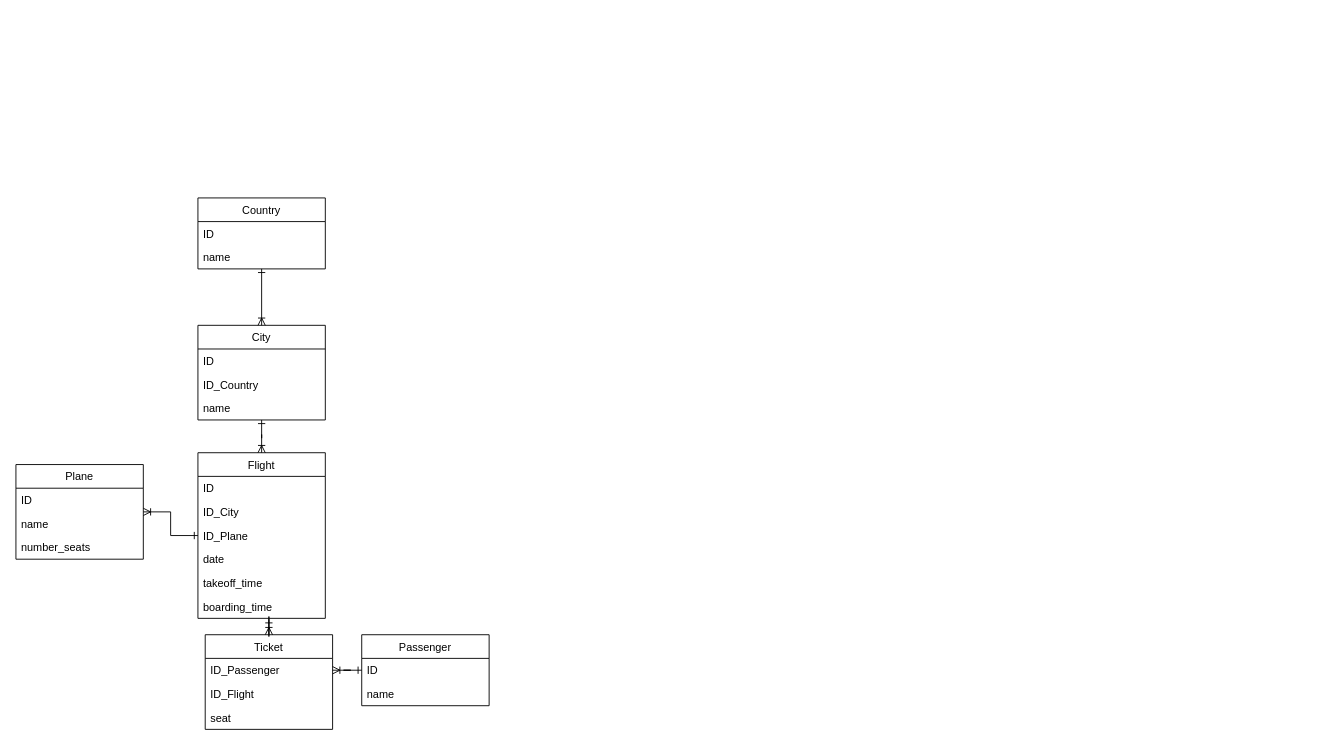
The draw.io diagram Chen.drawio in HachikoR/test-db, before the edit. Source tidied: cells renumbered, new cells numbered last; positions are measured from the earlier drawing's top-left corner, leaving out a move shared by most shapes. Both pictures are drawn from the tidied source at 91%, with x=0, y=0 at pixel (15, 197).
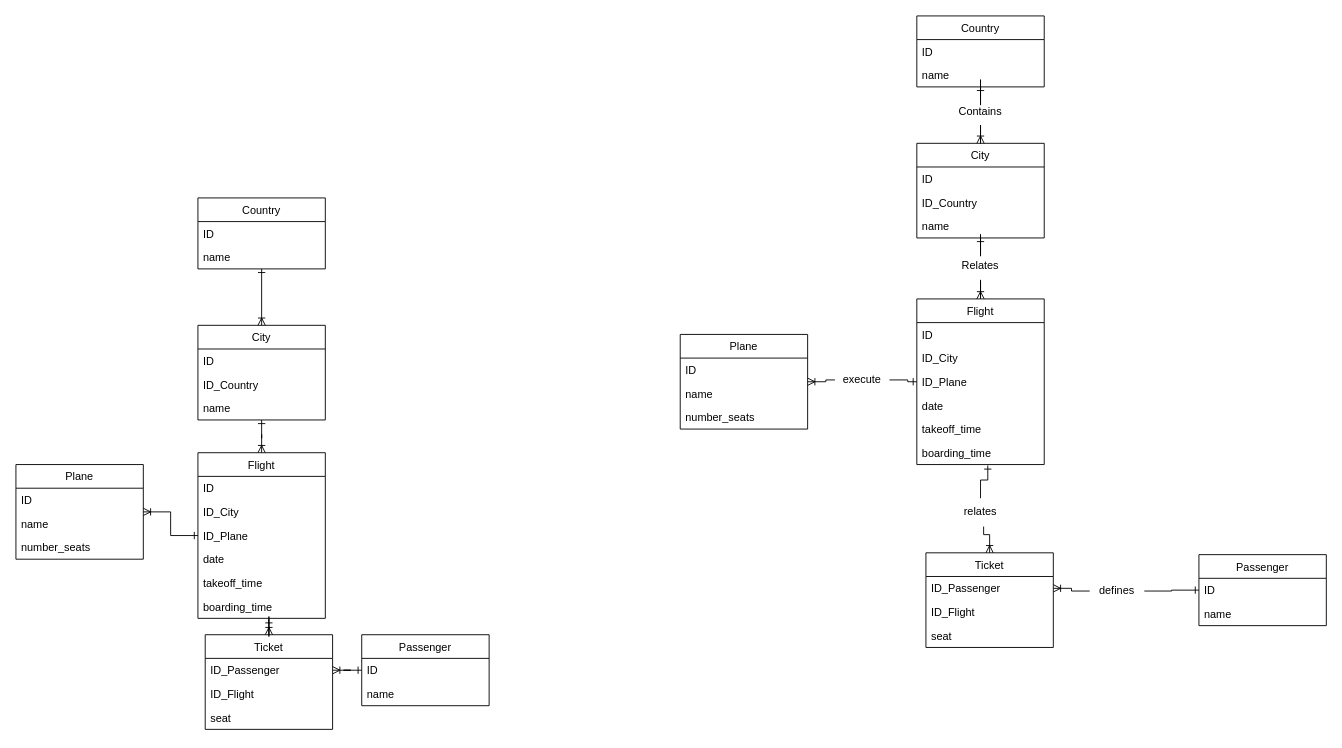
Above is the later version.

Change to the diagram source:
```diff
@@
+    <mxCell id="32" style="edgeStyle=orthogonalEdgeStyle;rounded=0;jettySize=auto;html=1;entryX=0.5;entryY=0;entryDx=0;entryDy=0;endArrow=ERoneToMany;endFill=0;strokeColor=default;startArrow=none;startFill=0;" parent="1" edge="1" source="62" target="37">
+      <mxGeometry relative="1" as="geometry" />
+    </mxCell>
+    <mxCell id="33" value="Country" style="swimlane;fontStyle=0;horizontal=1;startSize=26;fillColor=none;" parent="1" vertex="1">
+      <mxGeometry x="990" y="-200" width="140" height="78" as="geometry" />
+    </mxCell>
+    <mxCell id="34" value="ID" style="text;strokeColor=none;fillColor=none;align=left;verticalAlign=top;spacingLeft=4;spacingRight=4;overflow=hidden;" parent="33" vertex="1">
+      <mxGeometry y="26" width="140" height="26" as="geometry" />
+    </mxCell>
+    <mxCell id="35" value="name" style="text;strokeColor=none;fillColor=none;align=left;verticalAlign=top;spacingLeft=4;spacingRight=4;overflow=hidden;" parent="33" vertex="1">
+      <mxGeometry y="52" width="140" height="26" as="geometry" />
+    </mxCell>
+    <mxCell id="36" style="edgeStyle=orthogonalEdgeStyle;rounded=0;jettySize=auto;html=1;startArrow=none;startFill=0;endArrow=ERoneToMany;endFill=0;strokeColor=default;entryX=0.5;entryY=0;entryDx=0;entryDy=0;" parent="1" edge="1" source="64" target="41">
+      <mxGeometry relative="1" as="geometry" />
+    </mxCell>
+    <mxCell id="37" value="City" style="swimlane;fontStyle=0;horizontal=1;startSize=26;fillColor=none;" parent="1" vertex="1">
+      <mxGeometry x="990" y="-60" width="140" height="104" as="geometry" />
+    </mxCell>
+    <mxCell id="38" value="ID" style="text;strokeColor=none;fillColor=none;align=left;verticalAlign=top;spacingLeft=4;spacingRight=4;overflow=hidden;" parent="37" vertex="1">
+      <mxGeometry y="26" width="140" height="26" as="geometry" />
+    </mxCell>
+    <mxCell id="39" value="ID_Country" style="text;strokeColor=none;fillColor=none;align=left;verticalAlign=top;spacingLeft=4;spacingRight=4;overflow=hidden;" parent="37" vertex="1">
+      <mxGeometry y="52" width="140" height="26" as="geometry" />
+    </mxCell>
+    <mxCell id="40" value="name" style="text;strokeColor=none;fillColor=none;align=left;verticalAlign=top;spacingLeft=4;spacingRight=4;overflow=hidden;" parent="37" vertex="1">
+      <mxGeometry y="78" width="140" height="26" as="geometry" />
+    </mxCell>
+    <mxCell id="41" value="Flight" style="swimlane;fontStyle=0;horizontal=1;startSize=26;fillColor=none;" parent="1" vertex="1">
+      <mxGeometry x="990" y="111" width="140" height="182" as="geometry" />
+    </mxCell>
+    <mxCell id="42" value="ID" style="text;strokeColor=none;fillColor=none;align=left;verticalAlign=top;spacingLeft=4;spacingRight=4;overflow=hidden;" parent="41" vertex="1">
+      <mxGeometry y="26" width="140" height="26" as="geometry" />
+    </mxCell>
+    <mxCell id="43" value="ID_City" style="text;strokeColor=none;fillColor=none;align=left;verticalAlign=top;spacingLeft=4;spacingRight=4;overflow=hidden;" parent="41" vertex="1">
+      <mxGeometry y="52" width="140" height="26" as="geometry" />
+    </mxCell>
+    <mxCell id="44" value="ID_Plane" style="text;strokeColor=none;fillColor=none;align=left;verticalAlign=top;spacingLeft=4;spacingRight=4;overflow=hidden;points=[[0,0.5],[1,0.5]];portConstraint=eastwest;" parent="41" vertex="1">
+      <mxGeometry y="78" width="140" height="26" as="geometry" />
+    </mxCell>
+    <mxCell id="45" value="date" style="text;strokeColor=none;fillColor=none;align=left;verticalAlign=top;spacingLeft=4;spacingRight=4;overflow=hidden;" parent="41" vertex="1">
+      <mxGeometry y="104" width="140" height="26" as="geometry" />
+    </mxCell>
+    <mxCell id="46" value="takeoff_time" style="text;strokeColor=none;fillColor=none;align=left;verticalAlign=top;spacingLeft=4;spacingRight=4;overflow=hidden;" parent="41" vertex="1">
+      <mxGeometry y="130" width="140" height="26" as="geometry" />
+    </mxCell>
+    <mxCell id="47" value="boarding_time" style="text;strokeColor=none;fillColor=none;align=left;verticalAlign=top;spacingLeft=4;spacingRight=4;overflow=hidden;points=[[0,0.5],[1,0.5]];portConstraint=eastwest;" parent="41" vertex="1">
+      <mxGeometry y="156" width="140" height="26" as="geometry" />
+    </mxCell>
+    <mxCell id="48" style="edgeStyle=orthogonalEdgeStyle;rounded=0;jettySize=auto;html=1;startArrow=none;startFill=0;endArrow=ERoneToMany;endFill=0;strokeColor=default;entryX=1;entryY=0.5;entryDx=0;entryDy=0;" parent="1" edge="1" source="70" target="54">
+      <mxGeometry relative="1" as="geometry" />
+    </mxCell>
+    <mxCell id="49" value="Passenger" style="swimlane;fontStyle=0;horizontal=1;startSize=26;fillColor=none;" parent="1" vertex="1">
+      <mxGeometry x="1300" y="392" width="140" height="78" as="geometry" />
+    </mxCell>
+    <mxCell id="50" value="ID" style="text;strokeColor=none;fillColor=none;align=left;verticalAlign=top;spacingLeft=4;spacingRight=4;overflow=hidden;" parent="49" vertex="1">
+      <mxGeometry y="26" width="140" height="26" as="geometry" />
+    </mxCell>
+    <mxCell id="51" value="name" style="text;strokeColor=none;fillColor=none;align=left;verticalAlign=top;spacingLeft=4;spacingRight=4;overflow=hidden;" parent="49" vertex="1">
+      <mxGeometry y="52" width="140" height="26" as="geometry" />
+    </mxCell>
+    <mxCell id="52" style="edgeStyle=orthogonalEdgeStyle;rounded=0;jettySize=auto;html=1;startArrow=none;startFill=0;endArrow=ERone;endFill=0;strokeColor=default;entryX=0.557;entryY=1.038;entryDx=0;entryDy=0;entryPerimeter=0;" parent="1" edge="1" source="68" target="47">
+      <mxGeometry relative="1" as="geometry" />
+    </mxCell>
+    <mxCell id="53" value="Ticket" style="swimlane;fontStyle=0;horizontal=1;startSize=26;fillColor=none;" parent="1" vertex="1">
+      <mxGeometry x="1000" y="390" width="140" height="104" as="geometry" />
+    </mxCell>
+    <mxCell id="54" value="ID_Passenger" style="text;strokeColor=none;fillColor=none;align=left;verticalAlign=top;spacingLeft=4;spacingRight=4;overflow=hidden;points=[[0,0.5],[1,0.5]];portConstraint=eastwest;" parent="53" vertex="1">
+      <mxGeometry y="26" width="140" height="26" as="geometry" />
+    </mxCell>
+    <mxCell id="55" value="ID_Flight" style="text;strokeColor=none;fillColor=none;align=left;verticalAlign=top;spacingLeft=4;spacingRight=4;overflow=hidden;" parent="53" vertex="1">
+      <mxGeometry y="52" width="140" height="26" as="geometry" />
+    </mxCell>
+    <mxCell id="56" value="seat" style="text;strokeColor=none;fillColor=none;align=left;verticalAlign=top;spacingLeft=4;spacingRight=4;overflow=hidden;" parent="53" vertex="1">
+      <mxGeometry y="78" width="140" height="26" as="geometry" />
+    </mxCell>
+    <mxCell id="57" style="edgeStyle=orthogonalEdgeStyle;rounded=0;jettySize=auto;html=1;startArrow=none;startFill=0;endArrow=ERone;endFill=0;strokeColor=default;" parent="1" edge="1" source="66" target="44">
+      <mxGeometry relative="1" as="geometry" />
+    </mxCell>
+    <mxCell id="58" value="Plane" style="swimlane;fontStyle=0;horizontal=1;startSize=26;fillColor=none;" parent="1" vertex="1">
+      <mxGeometry x="730" y="150" width="140" height="104" as="geometry" />
+    </mxCell>
+    <mxCell id="59" value="ID" style="text;strokeColor=none;fillColor=none;align=left;verticalAlign=top;spacingLeft=4;spacingRight=4;overflow=hidden;" parent="58" vertex="1">
+      <mxGeometry y="26" width="140" height="26" as="geometry" />
+    </mxCell>
+    <mxCell id="60" value="name" style="text;strokeColor=none;fillColor=none;align=left;verticalAlign=top;spacingLeft=4;spacingRight=4;overflow=hidden;" parent="58" vertex="1">
+      <mxGeometry y="52" width="140" height="26" as="geometry" />
+    </mxCell>
+    <mxCell id="61" value="number_seats" style="text;strokeColor=none;fillColor=none;align=left;verticalAlign=top;spacingLeft=4;spacingRight=4;overflow=hidden;" parent="58" vertex="1">
+      <mxGeometry y="78" width="140" height="26" as="geometry" />
+    </mxCell>
+    <mxCell id="62" value="Contains" style="text;html=1;strokeColor=none;fillColor=none;align=center;verticalAlign=middle;whiteSpace=wrap;rounded=0;" parent="1" vertex="1">
+      <mxGeometry x="1030" y="-110" width="60" height="30" as="geometry" />
+    </mxCell>
+    <mxCell id="63" style="edgeStyle=orthogonalEdgeStyle;rounded=0;jettySize=auto;html=1;entryX=0.5;entryY=0;entryDx=0;entryDy=0;endArrow=none;endFill=0;strokeColor=default;startArrow=ERone;startFill=0;" parent="1" edge="1" source="33" target="62">
+      <mxGeometry relative="1" as="geometry" />
+    </mxCell>
+    <mxCell id="64" value="Relates" style="text;html=1;strokeColor=none;fillColor=none;align=center;verticalAlign=middle;whiteSpace=wrap;rounded=0;" parent="1" vertex="1">
+      <mxGeometry x="1030" y="60" width="60" height="30" as="geometry" />
+    </mxCell>
+    <mxCell id="65" style="edgeStyle=orthogonalEdgeStyle;rounded=0;jettySize=auto;html=1;startArrow=ERone;startFill=0;endArrow=none;endFill=0;strokeColor=default;entryX=0.5;entryY=0;entryDx=0;entryDy=0;" parent="1" edge="1" source="37" target="64">
+      <mxGeometry relative="1" as="geometry" />
+    </mxCell>
+    <mxCell id="66" value="execute" style="text;html=1;strokeColor=none;fillColor=none;align=center;verticalAlign=middle;whiteSpace=wrap;rounded=0;" parent="1" vertex="1">
+      <mxGeometry x="900" y="185" width="60" height="30" as="geometry" />
+    </mxCell>
+    <mxCell id="67" style="edgeStyle=orthogonalEdgeStyle;rounded=0;jettySize=auto;html=1;startArrow=ERoneToMany;startFill=0;endArrow=none;endFill=0;strokeColor=default;" parent="1" edge="1" source="58" target="66">
+      <mxGeometry relative="1" as="geometry" />
+    </mxCell>
+    <mxCell id="68" value="relates" style="text;html=1;strokeColor=none;fillColor=none;align=center;verticalAlign=middle;whiteSpace=wrap;rounded=0;" parent="1" vertex="1">
+      <mxGeometry x="1030" y="330" width="60" height="30" as="geometry" />
+    </mxCell>
+    <mxCell id="69" style="edgeStyle=orthogonalEdgeStyle;rounded=0;jettySize=auto;html=1;startArrow=ERoneToMany;startFill=0;endArrow=none;endFill=0;strokeColor=default;entryX=0.557;entryY=1.038;entryDx=0;entryDy=0;entryPerimeter=0;" parent="1" edge="1" source="53" target="68">
+      <mxGeometry relative="1" as="geometry" />
+    </mxCell>
+    <mxCell id="70" value="defines" style="text;html=1;strokeColor=none;fillColor=none;align=center;verticalAlign=middle;whiteSpace=wrap;rounded=0;" parent="1" vertex="1">
+      <mxGeometry x="1180" y="417" width="60" height="30" as="geometry" />
+    </mxCell>
+    <mxCell id="71" style="edgeStyle=orthogonalEdgeStyle;rounded=0;jettySize=auto;html=1;startArrow=ERone;startFill=0;endArrow=none;endFill=0;strokeColor=default;entryX=1;entryY=0.5;entryDx=0;entryDy=0;" parent="1" edge="1" source="49" target="70">
+      <mxGeometry relative="1" as="geometry" />
+    </mxCell>
```
